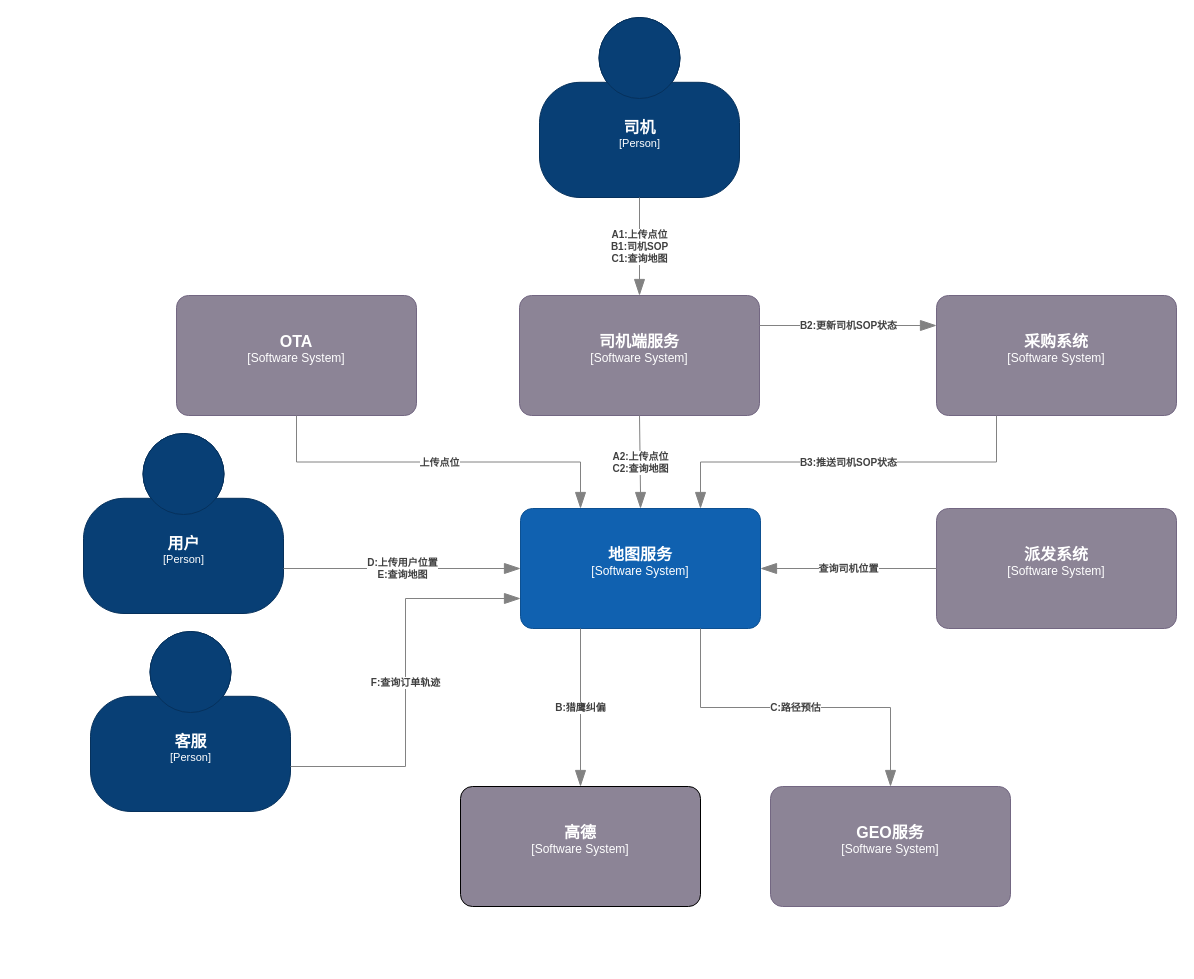
Earlier version of the draw.io diagram page "地图-上下文图" (1 of 3) of 地图服务-现状.drawio (miareko/c4-diagram). Source tidied: cells renumbered, new cells numbered last; positions are measured from the earlier drawing's top-left corner, leaving out a move shared by most shapes. Both pictures are drawn from the tidied source at 100%, with x=0, y=0 at pixel (83, 17).
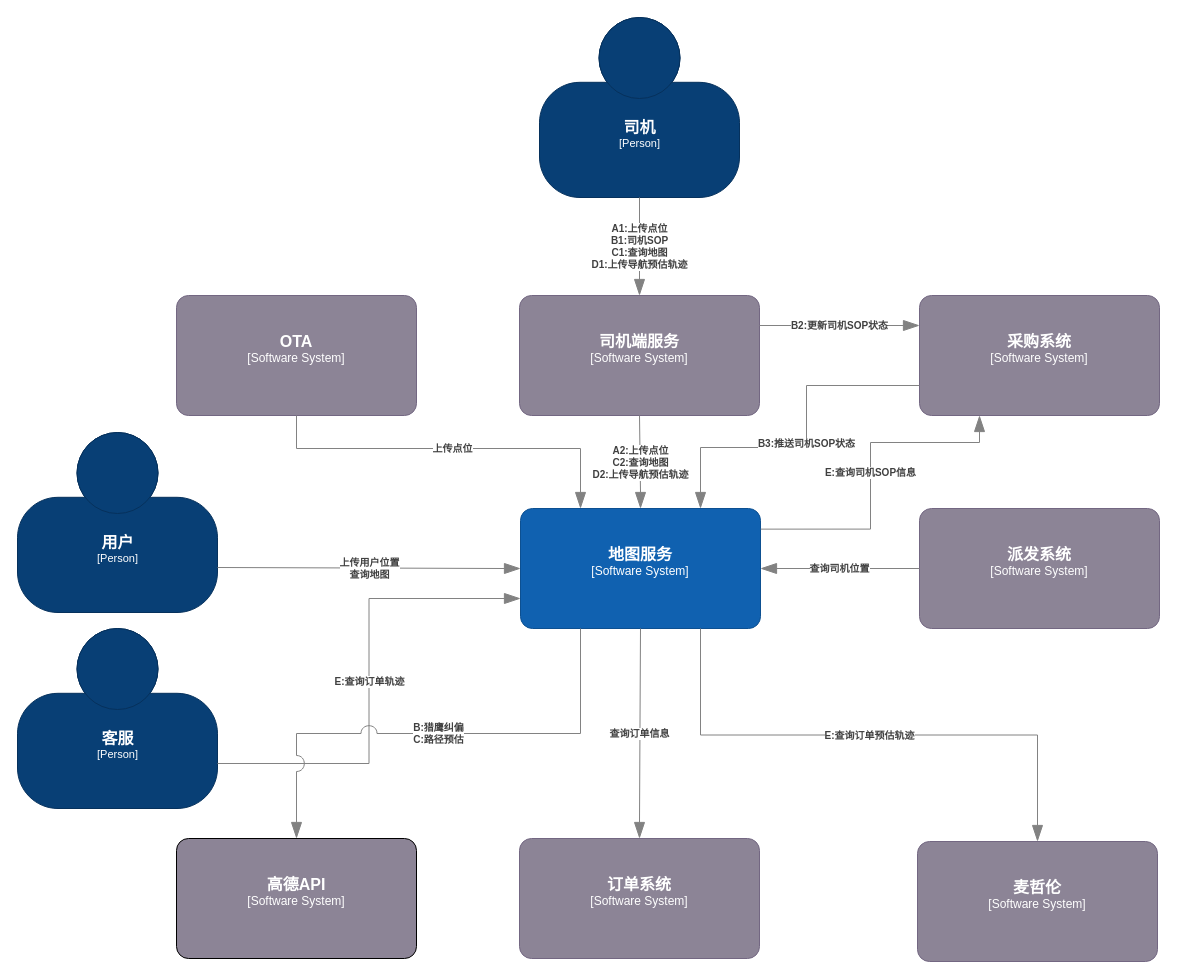
The same diagram, later.

The change refers to these unchanged cells:
```xml
<object id="2" label="&lt;font style=&quot;font-size: 16px&quot;&gt;&lt;b&gt;%c4Name%&lt;/b&gt;&lt;/font&gt;&lt;div&gt;[%c4Type%]&lt;/div&gt;&lt;br&gt;&lt;div&gt;&lt;font style=&quot;font-size: 11px&quot;&gt;&lt;font color=&quot;#cccccc&quot;&gt;%c4Description%&lt;/font&gt;&lt;/div&gt;" c4Description="" c4Name="司机" c4Type="Person" placeholders="1">
  <mxCell style="html=1;fontSize=11;dashed=0;whitespace=wrap;fillColor=#083F75;strokeColor=#06315C;fontColor=#ffffff;shape=mxgraph.c4.person2;align=center;points=[[0.5,0,0],[1,0.5,0],[1,0.75,0],[0.75,1,0],[0.5,1,0],[0.25,1,0],[0,0.75,0],[0,0.5,0]];" parent="1" vertex="1">
    <mxGeometry x="456" width="200" height="180" as="geometry" />
  </mxCell>
</object>
<object id="3" label="&lt;font style=&quot;font-size: 16px&quot;&gt;&lt;b&gt;%c4Name%&lt;/b&gt;&lt;/font&gt;&lt;div&gt;[%c4Type%]&lt;/div&gt;&lt;br&gt;&lt;div&gt;&lt;font style=&quot;font-size: 11px&quot;&gt;&lt;font color=&quot;#cccccc&quot;&gt;%c4Description%&lt;/font&gt;&lt;/div&gt;" c4Description="" c4Name="地图服务" c4Type="Software System" placeholders="1">
  <mxCell style="rounded=1;whiteSpace=wrap;html=1;labelBackgroundColor=none;fillColor=#1061B0;fontColor=#ffffff;align=center;arcSize=10;strokeColor=#0D5091;points=[[0.25,0,0],[0.5,0,0],[0.75,0,0],[1,0.25,0],[1,0.5,0],[1,0.75,0],[0.75,1,0],[0.5,1,0],[0.25,1,0],[0,0.75,0],[0,0.5,0],[0,0.25,0]];" parent="1" vertex="1">
    <mxGeometry x="437" y="491" width="240" height="120" as="geometry" />
  </mxCell>
</object>
<object id="4" label="&lt;font style=&quot;font-size: 16px&quot;&gt;&lt;b&gt;%c4Name%&lt;/b&gt;&lt;/font&gt;&lt;div&gt;[%c4Type%]&lt;/div&gt;&lt;br&gt;&lt;div&gt;&lt;font style=&quot;font-size: 11px&quot;&gt;&lt;font color=&quot;#cccccc&quot;&gt;%c4Description%&lt;/font&gt;&lt;/div&gt;" c4Description="" c4Name="司机端服务" c4Type="Software System" placeholders="1">
  <mxCell style="rounded=1;whiteSpace=wrap;html=1;labelBackgroundColor=none;fillColor=#8C8496;fontColor=#ffffff;align=center;arcSize=10;strokeColor=#736782;points=[[0.25,0,0],[0.5,0,0],[0.75,0,0],[1,0.25,0],[1,0.5,0],[1,0.75,0],[0.75,1,0],[0.5,1,0],[0.25,1,0],[0,0.75,0],[0,0.5,0],[0,0.25,0]];" parent="1" vertex="1">
    <mxGeometry x="436" y="278" width="240" height="120" as="geometry" />
  </mxCell>
</object>
<object id="18" label="&lt;font style=&quot;font-size: 16px&quot;&gt;&lt;b&gt;%c4Name%&lt;/b&gt;&lt;/font&gt;&lt;div&gt;[%c4Type%]&lt;/div&gt;&lt;br&gt;&lt;div&gt;&lt;font style=&quot;font-size: 11px&quot;&gt;&lt;font color=&quot;#cccccc&quot;&gt;%c4Description%&lt;/font&gt;&lt;/div&gt;" c4Description="" c4Name="OTA" c4Type="Software System" placeholders="1">
  <mxCell style="rounded=1;whiteSpace=wrap;html=1;labelBackgroundColor=none;fillColor=#8C8496;fontColor=#ffffff;align=center;arcSize=10;strokeColor=#736782;points=[[0.25,0,0],[0.5,0,0],[0.75,0,0],[1,0.25,0],[1,0.5,0],[1,0.75,0],[0.75,1,0],[0.5,1,0],[0.25,1,0],[0,0.75,0],[0,0.5,0],[0,0.25,0]];" parent="1" vertex="1">
    <mxGeometry x="93" y="278" width="240" height="120" as="geometry" />
  </mxCell>
</object>
```

Change to the diagram source:
```diff
@@
     <object id="5" label="&lt;font style=&quot;font-size: 16px&quot;&gt;&lt;b&gt;%c4Name%&lt;/b&gt;&lt;/font&gt;&lt;div&gt;[%c4Type%]&lt;/div&gt;&lt;br&gt;&lt;div&gt;&lt;font style=&quot;font-size: 11px&quot;&gt;&lt;font color=&quot;#cccccc&quot;&gt;%c4Description%&lt;/font&gt;&lt;/div&gt;" c4Description="" c4Name="采购系统" c4Type="Software System" placeholders="1">
       <mxCell style="rounded=1;whiteSpace=wrap;html=1;labelBackgroundColor=none;fillColor=#8C8496;fontColor=#ffffff;align=center;arcSize=10;strokeColor=#736782;points=[[0.25,0,0],[0.5,0,0],[0.75,0,0],[1,0.25,0],[1,0.5,0],[1,0.75,0],[0.75,1,0],[0.5,1,0],[0.25,1,0],[0,0.75,0],[0,0.5,0],[0,0.25,0]];" parent="1" vertex="1">
-        <mxGeometry x="853" y="278" width="240" height="120" as="geometry" />
+        <mxGeometry x="836" y="278" width="240" height="120" as="geometry" />
       </mxCell>
     </object>
-    <object id="6" label="&lt;font style=&quot;font-size: 16px&quot;&gt;&lt;b&gt;%c4Name%&lt;/b&gt;&lt;/font&gt;&lt;div&gt;[%c4Type%]&lt;/div&gt;&lt;br&gt;&lt;div&gt;&lt;font style=&quot;font-size: 11px&quot;&gt;&lt;font color=&quot;#cccccc&quot;&gt;%c4Description%&lt;/font&gt;&lt;/div&gt;" c4Description="" c4Name="GEO服务" c4Type="Software System" placeholders="1">
+    <object id="6" label="&lt;font style=&quot;font-size: 16px&quot;&gt;&lt;b&gt;%c4Name%&lt;/b&gt;&lt;/font&gt;&lt;div&gt;[%c4Type%]&lt;/div&gt;&lt;br&gt;&lt;div&gt;&lt;font style=&quot;font-size: 11px&quot;&gt;&lt;font color=&quot;#cccccc&quot;&gt;%c4Description%&lt;/font&gt;&lt;/div&gt;" c4Description="" c4Name="麦哲伦" c4Type="Software System" placeholders="1">
       <mxCell style="rounded=1;whiteSpace=wrap;html=1;labelBackgroundColor=none;fillColor=#8C8496;fontColor=#ffffff;align=center;arcSize=10;strokeColor=#736782;points=[[0.25,0,0],[0.5,0,0],[0.75,0,0],[1,0.25,0],[1,0.5,0],[1,0.75,0],[0.75,1,0],[0.5,1,0],[0.25,1,0],[0,0.75,0],[0,0.5,0],[0,0.25,0]];" parent="1" vertex="1">
-        <mxGeometry x="687" y="769" width="240" height="120" as="geometry" />
+        <mxGeometry x="834" y="824" width="240" height="120" as="geometry" />
       </mxCell>
     </object>
-    <object id="7" label="&lt;font style=&quot;font-size: 16px&quot;&gt;&lt;b&gt;%c4Name%&lt;/b&gt;&lt;/font&gt;&lt;div&gt;[%c4Type%]&lt;/div&gt;&lt;br&gt;&lt;div&gt;&lt;font style=&quot;font-size: 11px&quot;&gt;&lt;font color=&quot;#cccccc&quot;&gt;%c4Description%&lt;/font&gt;&lt;/div&gt;" c4Description="" c4Name="高德" c4Type="Software System" placeholders="1">
+    <object id="7" label="&lt;font style=&quot;font-size: 16px&quot;&gt;&lt;b&gt;%c4Name%&lt;/b&gt;&lt;/font&gt;&lt;div&gt;[%c4Type%]&lt;/div&gt;&lt;br&gt;&lt;div&gt;&lt;font style=&quot;font-size: 11px&quot;&gt;&lt;font color=&quot;#cccccc&quot;&gt;%c4Description%&lt;/font&gt;&lt;/div&gt;" c4Description="" c4Name="高德API" c4Type="Software System" placeholders="1">
       <mxCell style="rounded=1;whiteSpace=wrap;html=1;labelBackgroundColor=none;fillColor=#8C8496;fontColor=#ffffff;align=center;arcSize=10;strokeColor=default;points=[[0.25,0,0],[0.5,0,0],[0.75,0,0],[1,0.25,0],[1,0.5,0],[1,0.75,0],[0.75,1,0],[0.5,1,0],[0.25,1,0],[0,0.75,0],[0,0.5,0],[0,0.25,0]];" parent="1" vertex="1">
-        <mxGeometry x="377" y="769" width="240" height="120" as="geometry" />
+        <mxGeometry x="93" y="821" width="240" height="120" as="geometry" />
       </mxCell>
     </object>
     <object id="8" label="&lt;font style=&quot;font-size: 16px&quot;&gt;&lt;b&gt;%c4Name%&lt;/b&gt;&lt;/font&gt;&lt;div&gt;[%c4Type%]&lt;/div&gt;&lt;br&gt;&lt;div&gt;&lt;font style=&quot;font-size: 11px&quot;&gt;&lt;font color=&quot;#cccccc&quot;&gt;%c4Description%&lt;/font&gt;&lt;/div&gt;" c4Description="" c4Name="用户" c4Type="Person" placeholders="1">
       <mxCell style="html=1;fontSize=11;dashed=0;whitespace=wrap;fillColor=#083F75;strokeColor=#06315C;fontColor=#ffffff;shape=mxgraph.c4.person2;align=center;points=[[0.5,0,0],[1,0.5,0],[1,0.75,0],[0.75,1,0],[0.5,1,0],[0.25,1,0],[0,0.75,0],[0,0.5,0]];" parent="1" vertex="1">
-        <mxGeometry y="416" width="200" height="180" as="geometry" />
+        <mxGeometry x="-66" y="415" width="200" height="180" as="geometry" />
       </mxCell>
     </object>
     <object id="9" label="&lt;font style=&quot;font-size: 16px&quot;&gt;&lt;b&gt;%c4Name%&lt;/b&gt;&lt;/font&gt;&lt;div&gt;[%c4Type%]&lt;/div&gt;&lt;br&gt;&lt;div&gt;&lt;font style=&quot;font-size: 11px&quot;&gt;&lt;font color=&quot;#cccccc&quot;&gt;%c4Description%&lt;/font&gt;&lt;/div&gt;" c4Description="" c4Name="客服" c4Type="Person" placeholders="1">
       <mxCell style="html=1;fontSize=11;dashed=0;whitespace=wrap;fillColor=#083F75;strokeColor=#06315C;fontColor=#ffffff;shape=mxgraph.c4.person2;align=center;points=[[0.5,0,0],[1,0.5,0],[1,0.75,0],[0.75,1,0],[0.5,1,0],[0.25,1,0],[0,0.75,0],[0,0.5,0]];" parent="1" vertex="1">
-        <mxGeometry x="7" y="614" width="200" height="180" as="geometry" />
+        <mxGeometry x="-66" y="611" width="200" height="180" as="geometry" />
       </mxCell>
     </object>
-    <object id="10" label="&lt;div style=&quot;text-align: left&quot;&gt;&lt;div style=&quot;text-align: center&quot;&gt;&lt;b&gt;%c4Description%&lt;/b&gt;&lt;/div&gt;" c4Description="A1:上传点位&#10;B1:司机SOP&#10;C1:查询地图" placeholders="1">
+    <object id="10" label="&lt;div style=&quot;text-align: left&quot;&gt;&lt;div style=&quot;text-align: center&quot;&gt;&lt;b&gt;%c4Description%&lt;/b&gt;&lt;/div&gt;" c4Description="A1:上传点位&#10;B1:司机SOP&#10;C1:查询地图&#10;D1:上传导航预估轨迹" placeholders="1">
       <mxCell style="endArrow=blockThin;html=1;fontSize=10;fontColor=#404040;strokeWidth=1;endFill=1;strokeColor=#828282;elbow=vertical;endSize=14;startSize=14;jumpStyle=arc;jumpSize=16;rounded=0;edgeStyle=orthogonalEdgeStyle;exitX=0.5;exitY=1;exitDx=0;exitDy=0;exitPerimeter=0;" parent="1" edge="1" source="2" target="4">
         <mxGeometry relative="1" as="geometry" />
       </mxCell>
     </object>
@@
-    <object id="12" label="&lt;div style=&quot;text-align: left&quot;&gt;&lt;div style=&quot;text-align: center&quot;&gt;&lt;b&gt;%c4Description%&lt;/b&gt;&lt;/div&gt;" c4Description="B3:推送司机SOP状态" placeholders="1">
-      <mxCell style="endArrow=blockThin;html=1;fontSize=10;fontColor=#404040;strokeWidth=1;endFill=1;strokeColor=#828282;elbow=vertical;endSize=14;startSize=14;jumpStyle=arc;jumpSize=16;rounded=0;edgeStyle=orthogonalEdgeStyle;exitX=0.25;exitY=1;exitDx=0;exitDy=0;exitPerimeter=0;entryX=0.75;entryY=0;entryDx=0;entryDy=0;entryPerimeter=0;" parent="1" edge="1" source="5" target="3">
-        <mxGeometry relative="1" as="geometry" />
-      </mxCell>
-    </object>
-    <object id="13" label="&lt;div style=&quot;text-align: left&quot;&gt;&lt;div style=&quot;text-align: center&quot;&gt;&lt;b&gt;%c4Description%&lt;/b&gt;&lt;/div&gt;" c4Description="A2:上传点位&#10;C2:查询地图" placeholders="1">
+    <object id="13" label="&lt;div style=&quot;text-align: left&quot;&gt;&lt;div style=&quot;text-align: center&quot;&gt;&lt;b&gt;%c4Description%&lt;/b&gt;&lt;/div&gt;" c4Description="A2:上传点位&#10;C2:查询地图&#10;D2:上传导航预估轨迹" placeholders="1">
       <mxCell style="endArrow=blockThin;html=1;fontSize=10;fontColor=#404040;strokeWidth=1;endFill=1;strokeColor=#828282;elbow=vertical;endSize=14;startSize=14;jumpStyle=arc;jumpSize=16;rounded=0;edgeStyle=orthogonalEdgeStyle;exitX=0.5;exitY=1;exitDx=0;exitDy=0;exitPerimeter=0;" parent="1" edge="1" source="4" target="3">
         <mxGeometry relative="1" as="geometry" />
       </mxCell>
     </object>
-    <object id="14" label="&lt;div style=&quot;text-align: left&quot;&gt;&lt;div style=&quot;text-align: center&quot;&gt;&lt;b&gt;%c4Description%&lt;/b&gt;&lt;/div&gt;" c4Description="D:上传用户位置&#10;E:查询地图" placeholders="1">
+    <object id="14" label="&lt;div style=&quot;text-align: left&quot;&gt;&lt;div style=&quot;text-align: center&quot;&gt;&lt;b&gt;%c4Description%&lt;/b&gt;&lt;/div&gt;" c4Description="上传用户位置&#10;查询地图" placeholders="1">
       <mxCell style="endArrow=blockThin;html=1;fontSize=10;fontColor=#404040;strokeWidth=1;endFill=1;strokeColor=#828282;elbow=vertical;endSize=14;startSize=14;jumpStyle=arc;jumpSize=16;rounded=0;edgeStyle=orthogonalEdgeStyle;entryX=0;entryY=0.5;entryDx=0;entryDy=0;entryPerimeter=0;exitX=1;exitY=0.75;exitDx=0;exitDy=0;exitPerimeter=0;" parent="1" edge="1" source="8" target="3">
         <mxGeometry relative="1" as="geometry" />
       </mxCell>
     </object>
-    <object id="15" label="&lt;div style=&quot;text-align: left&quot;&gt;&lt;div style=&quot;text-align: center&quot;&gt;&lt;b&gt;%c4Description%&lt;/b&gt;&lt;/div&gt;" c4Description="F:查询订单轨迹" placeholders="1">
+    <object id="15" label="&lt;div style=&quot;text-align: left&quot;&gt;&lt;div style=&quot;text-align: center&quot;&gt;&lt;b&gt;%c4Description%&lt;/b&gt;&lt;/div&gt;" c4Description="E:查询订单轨迹" placeholders="1">
       <mxCell style="endArrow=blockThin;html=1;fontSize=10;fontColor=#404040;strokeWidth=1;endFill=1;strokeColor=#828282;elbow=vertical;endSize=14;startSize=14;jumpStyle=arc;jumpSize=16;rounded=0;edgeStyle=orthogonalEdgeStyle;exitX=1;exitY=0.75;exitDx=0;exitDy=0;exitPerimeter=0;entryX=0;entryY=0.75;entryDx=0;entryDy=0;entryPerimeter=0;" parent="1" edge="1" source="9" target="3">
         <mxGeometry relative="1" as="geometry" />
       </mxCell>
     </object>
-    <object id="16" label="&lt;div style=&quot;text-align: left&quot;&gt;&lt;div style=&quot;text-align: center&quot;&gt;&lt;b&gt;%c4Description%&lt;/b&gt;&lt;/div&gt;" c4Description="B:猎鹰纠偏" placeholders="1">
+    <object id="16" label="&lt;div style=&quot;text-align: left&quot;&gt;&lt;div style=&quot;text-align: center&quot;&gt;&lt;b&gt;%c4Description%&lt;/b&gt;&lt;/div&gt;" c4Description="B:猎鹰纠偏&#10;C:路径预估" placeholders="1">
       <mxCell style="endArrow=blockThin;html=1;fontSize=10;fontColor=#404040;strokeWidth=1;endFill=1;strokeColor=#828282;elbow=vertical;endSize=14;startSize=14;jumpStyle=arc;jumpSize=16;rounded=0;edgeStyle=orthogonalEdgeStyle;exitX=0.25;exitY=1;exitDx=0;exitDy=0;exitPerimeter=0;" parent="1" edge="1" source="3" target="7">
         <mxGeometry relative="1" as="geometry" />
       </mxCell>
     </object>
-    <object id="17" label="&lt;div style=&quot;text-align: left&quot;&gt;&lt;div style=&quot;text-align: center&quot;&gt;&lt;b&gt;%c4Description%&lt;/b&gt;&lt;/div&gt;" c4Description="C:路径预估" placeholders="1">
+    <object id="17" label="&lt;div style=&quot;text-align: left&quot;&gt;&lt;div style=&quot;text-align: center&quot;&gt;&lt;b&gt;%c4Description%&lt;/b&gt;&lt;/div&gt;" c4Description="E:查询订单预估轨迹" placeholders="1">
       <mxCell style="endArrow=blockThin;html=1;fontSize=10;fontColor=#404040;strokeWidth=1;endFill=1;strokeColor=#828282;elbow=vertical;endSize=14;startSize=14;jumpStyle=arc;jumpSize=16;rounded=0;edgeStyle=orthogonalEdgeStyle;exitX=0.75;exitY=1;exitDx=0;exitDy=0;exitPerimeter=0;" parent="1" edge="1" source="3" target="6">
         <mxGeometry relative="1" as="geometry" />
       </mxCell>
     </object>
@@
     <object id="19" label="&lt;div style=&quot;text-align: left&quot;&gt;&lt;div style=&quot;text-align: center&quot;&gt;&lt;b&gt;%c4Description%&lt;/b&gt;&lt;/div&gt;" c4Description="上传点位" placeholders="1">
       <mxCell style="endArrow=blockThin;html=1;fontSize=10;fontColor=#404040;strokeWidth=1;endFill=1;strokeColor=#828282;elbow=vertical;endSize=14;startSize=14;jumpStyle=arc;jumpSize=16;rounded=0;edgeStyle=orthogonalEdgeStyle;exitX=0.5;exitY=1;exitDx=0;exitDy=0;exitPerimeter=0;entryX=0.25;entryY=0;entryDx=0;entryDy=0;entryPerimeter=0;" parent="1" edge="1" source="18" target="3">
-        <mxGeometry relative="1" as="geometry" />
+        <mxGeometry relative="1" as="geometry">
+          <Array as="points">
+            <mxPoint x="213" y="431" />
+            <mxPoint x="497" y="431" />
+          </Array>
+        </mxGeometry>
       </mxCell>
     </object>
     <object id="20" label="&lt;font style=&quot;font-size: 16px&quot;&gt;&lt;b&gt;%c4Name%&lt;/b&gt;&lt;/font&gt;&lt;div&gt;[%c4Type%]&lt;/div&gt;&lt;br&gt;&lt;div&gt;&lt;font style=&quot;font-size: 11px&quot;&gt;&lt;font color=&quot;#cccccc&quot;&gt;%c4Description%&lt;/font&gt;&lt;/div&gt;" c4Description="" c4Name="派发系统" c4Type="Software System" placeholders="1">
       <mxCell style="rounded=1;whiteSpace=wrap;html=1;labelBackgroundColor=none;fillColor=#8C8496;fontColor=#ffffff;align=center;arcSize=10;strokeColor=#736782;points=[[0.25,0,0],[0.5,0,0],[0.75,0,0],[1,0.25,0],[1,0.5,0],[1,0.75,0],[0.75,1,0],[0.5,1,0],[0.25,1,0],[0,0.75,0],[0,0.5,0],[0,0.25,0]];" parent="1" vertex="1">
-        <mxGeometry x="853" y="491" width="240" height="120" as="geometry" />
+        <mxGeometry x="836" y="491" width="240" height="120" as="geometry" />
       </mxCell>
     </object>
@@
+    <object id="22" label="&lt;font style=&quot;font-size: 16px&quot;&gt;&lt;b&gt;%c4Name%&lt;/b&gt;&lt;/font&gt;&lt;div&gt;[%c4Type%]&lt;/div&gt;&lt;br&gt;&lt;div&gt;&lt;font style=&quot;font-size: 11px&quot;&gt;&lt;font color=&quot;#cccccc&quot;&gt;%c4Description%&lt;/font&gt;&lt;/div&gt;" c4Description="" c4Name="订单系统" c4Type="Software System" placeholders="1">
+      <mxCell style="rounded=1;whiteSpace=wrap;html=1;labelBackgroundColor=none;fillColor=#8C8496;fontColor=#ffffff;align=center;arcSize=10;strokeColor=#736782;points=[[0.25,0,0],[0.5,0,0],[0.75,0,0],[1,0.25,0],[1,0.5,0],[1,0.75,0],[0.75,1,0],[0.5,1,0],[0.25,1,0],[0,0.75,0],[0,0.5,0],[0,0.25,0]];" parent="1" vertex="1">
+        <mxGeometry x="436" y="821" width="240" height="120" as="geometry" />
+      </mxCell>
+    </object>
+    <object id="23" label="&lt;div style=&quot;text-align: left&quot;&gt;&lt;div style=&quot;text-align: center&quot;&gt;&lt;b&gt;%c4Description%&lt;/b&gt;&lt;/div&gt;" c4Description="查询订单信息" placeholders="1">
+      <mxCell style="endArrow=blockThin;html=1;fontSize=10;fontColor=#404040;strokeWidth=1;endFill=1;strokeColor=#828282;elbow=vertical;endSize=14;startSize=14;jumpStyle=arc;jumpSize=16;rounded=0;edgeStyle=orthogonalEdgeStyle;exitX=0.5;exitY=1;exitDx=0;exitDy=0;exitPerimeter=0;" parent="1" edge="1" source="3" target="22">
+        <mxGeometry relative="1" as="geometry" />
+      </mxCell>
+    </object>
+    <object id="12" label="&lt;div style=&quot;text-align: left&quot;&gt;&lt;div style=&quot;text-align: center&quot;&gt;&lt;b&gt;%c4Description%&lt;/b&gt;&lt;/div&gt;" c4Description="B3:推送司机SOP状态" placeholders="1">
+      <mxCell style="endArrow=blockThin;html=1;fontSize=10;fontColor=#404040;strokeWidth=1;endFill=1;strokeColor=#828282;elbow=vertical;endSize=14;startSize=14;jumpStyle=arc;jumpSize=16;rounded=0;edgeStyle=orthogonalEdgeStyle;exitX=0;exitY=0.75;exitDx=0;exitDy=0;exitPerimeter=0;entryX=0.75;entryY=0;entryDx=0;entryDy=0;entryPerimeter=0;" parent="1" edge="1" source="5" target="3">
+        <mxGeometry relative="1" as="geometry">
+          <Array as="points">
+            <mxPoint x="723" y="368" />
+            <mxPoint x="723" y="430" />
+            <mxPoint x="617" y="430" />
+          </Array>
+        </mxGeometry>
+      </mxCell>
+    </object>
+    <object id="24" label="&lt;div style=&quot;text-align: left&quot;&gt;&lt;div style=&quot;text-align: center&quot;&gt;&lt;b&gt;%c4Description%&lt;/b&gt;&lt;/div&gt;" c4Description="E:查询司机SOP信息" placeholders="1">
+      <mxCell style="endArrow=blockThin;html=1;fontSize=10;fontColor=#404040;strokeWidth=1;endFill=1;strokeColor=#828282;elbow=vertical;endSize=14;startSize=14;jumpStyle=arc;jumpSize=16;rounded=0;edgeStyle=orthogonalEdgeStyle;exitX=1.001;exitY=0.172;exitDx=0;exitDy=0;exitPerimeter=0;entryX=0.25;entryY=1;entryDx=0;entryDy=0;entryPerimeter=0;" parent="1" edge="1" source="3" target="5">
+        <mxGeometry relative="1" as="geometry">
+          <Array as="points">
+            <mxPoint x="787" y="512" />
+            <mxPoint x="787" y="425" />
+            <mxPoint x="896" y="425" />
+          </Array>
+        </mxGeometry>
+      </mxCell>
+    </object>
```
